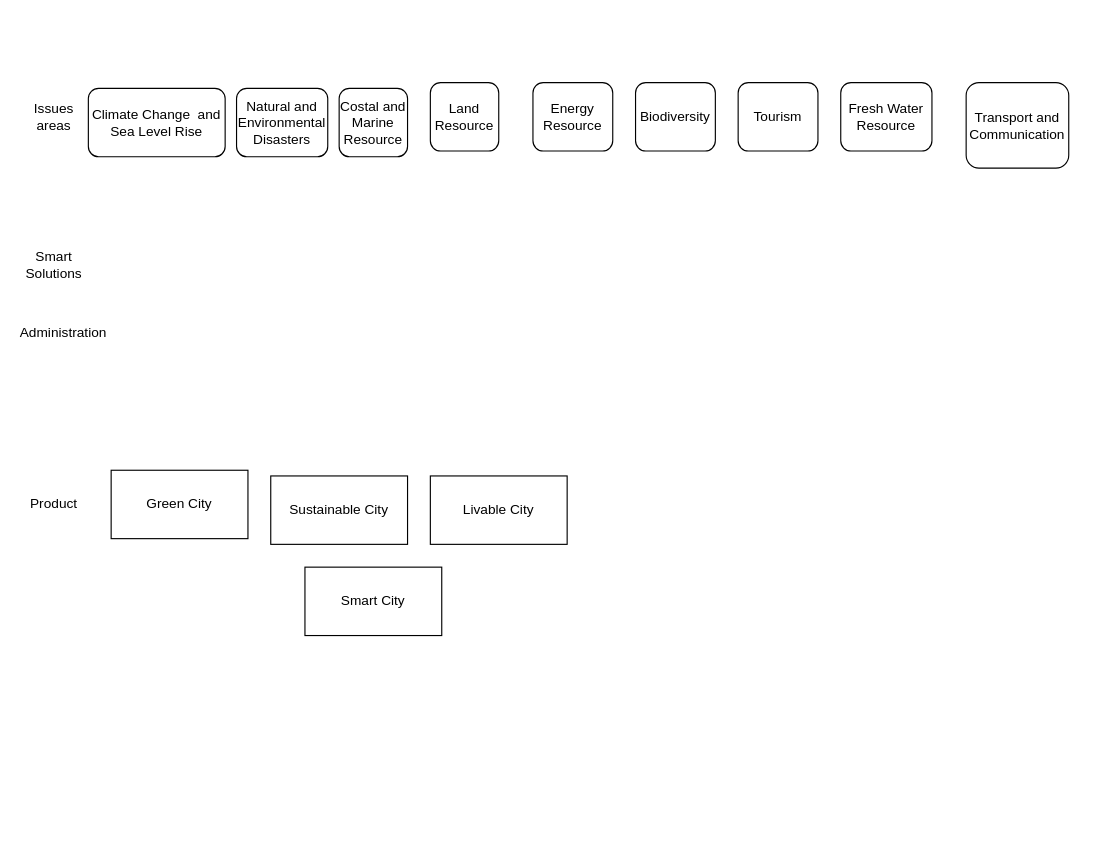
The draw.io diagram page "BarbudaSmart" (2 of 2) of SystemReasoningOverview.drawio in Kibolabs/Diagrams, before the edit. Source tidied: cells renumbered, new cells numbered last; positions are measured from the earlier drawing's top-left corner, leaving out a move shared by most shapes. Both pictures are drawn from the tidied source at 114%, with x=0, y=0 at pixel (19, 82). Pictures stored in the file or linked from it are replaced by grey dashed boxes.
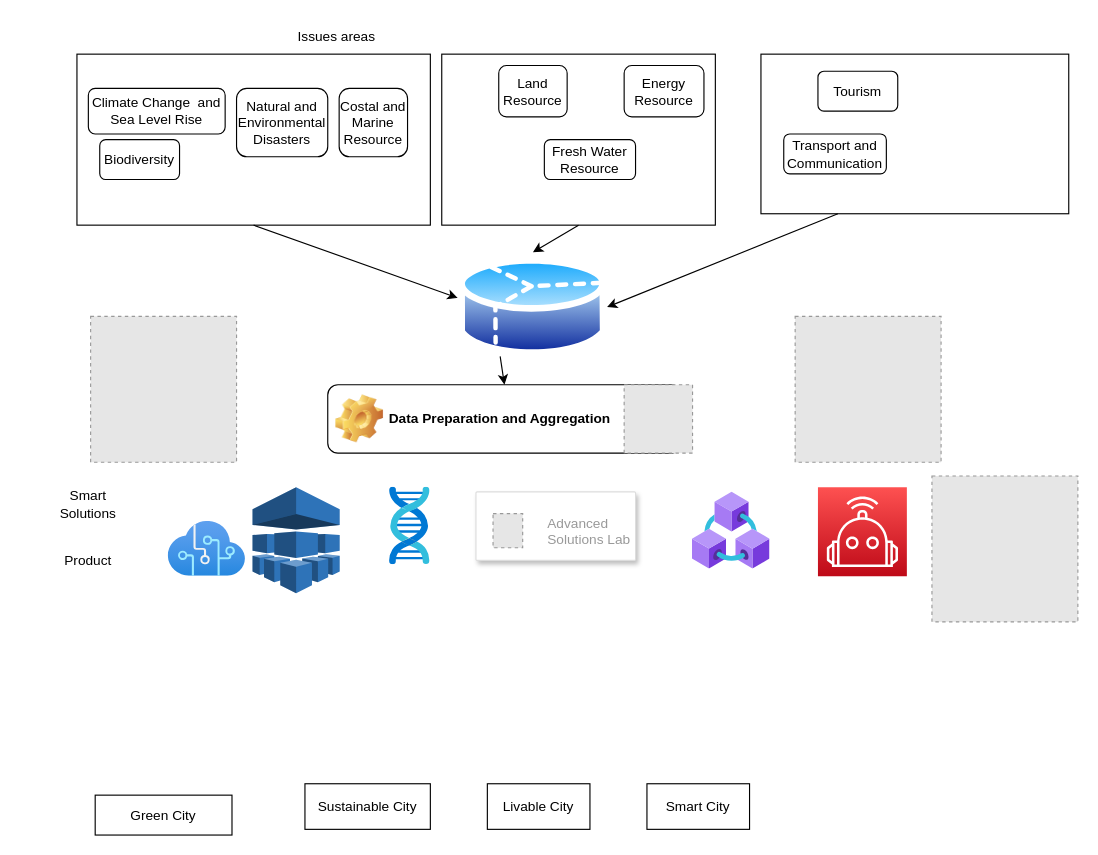
Above is the later version.

Change to the diagram source:
```diff
@@
+    <mxCell id="19" style="rounded=0;whiteSpace=wrap;html=1;" parent="1" vertex="1">
+      <mxGeometry x="50" y="-25" width="310" height="150" as="geometry" />
+    </mxCell>
+    <mxCell id="20" style="rounded=0;whiteSpace=wrap;html=1;" parent="1" vertex="1">
+      <mxGeometry x="370" y="-25" width="240" height="150" as="geometry" />
+    </mxCell>
+    <mxCell id="21" style="rounded=0;whiteSpace=wrap;html=1;" parent="1" vertex="1">
+      <mxGeometry x="650" y="-25" width="270" height="140" as="geometry" />
+    </mxCell>
     <mxCell id="2" value="Climate Change &amp;nbsp;and Sea Level Rise" style="rounded=1;whiteSpace=wrap;html=1;" parent="1" vertex="1">
-      <mxGeometry x="60" y="5" width="120" height="60" as="geometry" />
+      <mxGeometry x="60" y="5" width="120" height="40" as="geometry" />
     </mxCell>
@@
     <mxCell id="4" value="Issues areas" style="text;html=1;strokeColor=none;fillColor=none;align=center;verticalAlign=middle;whiteSpace=wrap;rounded=0;" parent="1" vertex="1">
-      <mxGeometry y="15" width="60" height="30" as="geometry" />
+      <mxGeometry x="96" y="-55" width="364" height="30" as="geometry" />
     </mxCell>
     <mxCell id="5" value="Smart Solutions" style="text;html=1;strokeColor=none;fillColor=none;align=center;verticalAlign=middle;whiteSpace=wrap;rounded=0;" parent="1" vertex="1">
-      <mxGeometry y="145" width="60" height="30" as="geometry" />
+      <mxGeometry x="30" y="355" width="60" height="30" as="geometry" />
     </mxCell>
     <mxCell id="6" value="Product" style="text;html=1;strokeColor=none;fillColor=none;align=center;verticalAlign=middle;whiteSpace=wrap;rounded=0;" parent="1" vertex="1">
-      <mxGeometry y="355" width="60" height="30" as="geometry" />
+      <mxGeometry x="30" y="405" width="60" height="30" as="geometry" />
     </mxCell>
     <mxCell id="7" value="Green City" style="rounded=0;whiteSpace=wrap;html=1;" parent="1" vertex="1">
-      <mxGeometry x="80" y="340" width="120" height="60" as="geometry" />
+      <mxGeometry x="66" y="625" width="120" height="35" as="geometry" />
     </mxCell>
     <mxCell id="8" value="Sustainable City" style="rounded=0;whiteSpace=wrap;html=1;" parent="1" vertex="1">
-      <mxGeometry x="220" y="345" width="120" height="60" as="geometry" />
+      <mxGeometry x="250" y="615" width="110" height="40" as="geometry" />
     </mxCell>
     <mxCell id="9" value="Livable City" style="rounded=0;whiteSpace=wrap;html=1;" parent="1" vertex="1">
-      <mxGeometry x="360" y="345" width="120" height="60" as="geometry" />
+      <mxGeometry x="410" y="615" width="90" height="40" as="geometry" />
     </mxCell>
     <mxCell id="10" value="Smart City" style="rounded=0;whiteSpace=wrap;html=1;" parent="1" vertex="1">
-      <mxGeometry x="250" y="425" width="120" height="60" as="geometry" />
+      <mxGeometry x="550" y="615" width="90" height="40" as="geometry" />
     </mxCell>
@@
     <mxCell id="12" value="Land Resource" style="rounded=1;whiteSpace=wrap;html=1;" parent="1" vertex="1">
-      <mxGeometry x="360" width="60" height="60" as="geometry" />
+      <mxGeometry x="420" y="-15" width="60" height="45" as="geometry" />
     </mxCell>
     <mxCell id="13" value="Energy Resource" style="rounded=1;whiteSpace=wrap;html=1;" parent="1" vertex="1">
-      <mxGeometry x="450" width="70" height="60" as="geometry" />
+      <mxGeometry x="530" y="-15" width="70" height="45" as="geometry" />
     </mxCell>
     <mxCell id="14" value="Biodiversity" style="rounded=1;whiteSpace=wrap;html=1;" parent="1" vertex="1">
-      <mxGeometry x="540" width="70" height="60" as="geometry" />
+      <mxGeometry x="70" y="50" width="70" height="35" as="geometry" />
     </mxCell>
     <mxCell id="15" value="Tourism" style="rounded=1;whiteSpace=wrap;html=1;" parent="1" vertex="1">
-      <mxGeometry x="630" width="70" height="60" as="geometry" />
+      <mxGeometry x="700" y="-10" width="70" height="35" as="geometry" />
     </mxCell>
     <mxCell id="16" value="Fresh Water Resource" style="rounded=1;whiteSpace=wrap;html=1;" parent="1" vertex="1">
-      <mxGeometry x="720" width="80" height="60" as="geometry" />
+      <mxGeometry x="460" y="50" width="80" height="35" as="geometry" />
     </mxCell>
     <mxCell id="17" value="Transport and Communication" style="rounded=1;whiteSpace=wrap;html=1;" parent="1" vertex="1">
-      <mxGeometry x="830" width="90" height="75" as="geometry" />
+      <mxGeometry x="670" y="45" width="90" height="35" as="geometry" />
     </mxCell>
-    <mxCell id="18" value="Administration&amp;nbsp;" style="text;html=1;strokeColor=none;fillColor=none;align=center;verticalAlign=middle;whiteSpace=wrap;rounded=0;" parent="1" vertex="1">
-      <mxGeometry x="10" y="205" width="60" height="30" as="geometry" />
-    </mxCell>
+    <mxCell id="22" style="perimeter=ellipsePerimeter;html=1;align=center;shadow=0;dashed=0;spacingTop=3;image;image=img/lib/active_directory/database_partition_3.svg;" parent="1" vertex="1">
+      <mxGeometry x="385" y="148.8" width="130" height="96.2" as="geometry" />
+    </mxCell>
+    <mxCell id="23" style="endArrow=classic;html=1;rounded=0;exitX=0.5;exitY=1;exitDx=0;exitDy=0;entryX=-0.008;entryY=0.416;entryDx=0;entryDy=0;entryPerimeter=0;" parent="1" edge="1" source="19" target="22">
+      <mxGeometry relative="1" as="geometry" />
+    </mxCell>
+    <mxCell id="24" style="endArrow=classic;html=1;rounded=0;exitX=0.5;exitY=1;exitDx=0;exitDy=0;entryX=0.5;entryY=0;entryDx=0;entryDy=0;" parent="1" edge="1" source="20" target="22">
+      <mxGeometry relative="1" as="geometry" />
+    </mxCell>
+    <mxCell id="25" style="endArrow=classic;html=1;rounded=0;exitX=0.25;exitY=1;exitDx=0;exitDy=0;entryX=1;entryY=0.5;entryDx=0;entryDy=0;" parent="1" edge="1" source="21" target="22">
+      <mxGeometry relative="1" as="geometry" />
+    </mxCell>
+    <mxCell id="26" value="Data Preparation and Aggregation" style="label;whiteSpace=wrap;html=1;image=img/clipart/Gear_128x128.png;" parent="1" vertex="1">
+      <mxGeometry x="270" y="265" width="310" height="60" as="geometry" />
+    </mxCell>
+    <mxCell id="27" style="endArrow=classic;html=1;rounded=0;exitX=0.25;exitY=1;exitDx=0;exitDy=0;entryX=0.5;entryY=0;entryDx=0;entryDy=0;" parent="1" edge="1" source="22" target="26">
+      <mxGeometry relative="1" as="geometry" />
+    </mxCell>
+    <mxCell id="28" style="html=1;align=center;image;fontSize=12;image=img/lib/azure2/ai_machine_learning/Cognitive_Services.svg;" parent="1" vertex="1">
+      <mxGeometry x="130" y="385" width="68" height="48" as="geometry" />
+    </mxCell>
+    <mxCell id="29" style="html=1;align=center;image;fontSize=12;image=img/lib/azure2/ai_machine_learning/Genomics.svg;" parent="1" vertex="1">
+      <mxGeometry x="324" y="355" width="36" height="68" as="geometry" />
+    </mxCell>
+    <mxCell id="30" style="dashed=0;verticalLabelPosition=bottom;verticalAlign=top;align=center;html=1;shape=mxgraph.aws3.machine_learning;fillColor=#2E73B8;gradientColor=none;" parent="1" vertex="1">
+      <mxGeometry x="204" y="355" width="76.5" height="93" as="geometry" />
+    </mxCell>
+    <mxCell id="31" style="strokeColor=#dddddd;shadow=1;strokeWidth=1;rounded=1;absoluteArcSize=1;arcSize=2;" parent="1" vertex="1">
+      <mxGeometry x="400" y="359" width="140" height="60" as="geometry" />
+    </mxCell>
+    <mxCell id="32" value="Advanced&#10;Solutions Lab" style="fillColor=#E6E6E6;strokeColor=#999999;dashed=1;fontColor=#999999;verticalLabelPosition=middle;labelBackgroundColor=#ffffff;verticalAlign=middle;labelPosition=right;align=left;spacingLeft=20;" parent="31" vertex="1">
+      <mxGeometry width="26" height="30" relative="1" as="geometry">
+        <mxPoint x="15" y="19" as="offset" />
+      </mxGeometry>
+    </mxCell>
+    <mxCell id="33" style="html=1;align=center;image;fontSize=12;image=img/lib/azure2/blockchain/Azure_Blockchain_Service.svg;" parent="1" vertex="1">
+      <mxGeometry x="590" y="359" width="68" height="68" as="geometry" />
+    </mxCell>
+    <mxCell id="34" style="fillColor=#E6E6E6;strokeColor=#999999;dashed=1;verticalLabelPosition=bottom;labelBackgroundColor=#ffffff;verticalAlign=top;" parent="1" vertex="1">
+      <mxGeometry x="530" y="265" width="60" height="60" as="geometry" />
+    </mxCell>
+    <mxCell id="35" style="sketch=0;fontColor=#232F3E;gradientColor=#FE5151;gradientDirection=north;fillColor=#BE0917;strokeColor=#ffffff;dashed=0;verticalLabelPosition=bottom;verticalAlign=top;align=center;html=1;fontSize=12;fontStyle=0;shape=mxgraph.aws4.resourceIcon;resIcon=mxgraph.aws4.robotics;" parent="1" vertex="1">
+      <mxGeometry x="700" y="355" width="78" height="78" as="geometry" />
+    </mxCell>
+    <mxCell id="36" style="fillColor=#E6E6E6;strokeColor=#999999;dashed=1;html=1;verticalAlign=top;verticalLabelPosition=bottom;labelBackgroundColor=#ffffff;" parent="1" vertex="1">
+      <mxGeometry x="800" y="345" width="128" height="128" as="geometry" />
+    </mxCell>
+    <mxCell id="37" style="fillColor=#E6E6E6;strokeColor=#999999;dashed=1;html=1;verticalAlign=top;verticalLabelPosition=bottom;labelBackgroundColor=#ffffff;" parent="1" vertex="1">
+      <mxGeometry x="680" y="205" width="128" height="128" as="geometry" />
+    </mxCell>
+    <mxCell id="38" style="fillColor=#E6E6E6;strokeColor=#999999;dashed=1;html=1;verticalAlign=top;verticalLabelPosition=bottom;labelBackgroundColor=#ffffff;" parent="1" vertex="1">
+      <mxGeometry x="62" y="205" width="128" height="128" as="geometry" />
+    </mxCell>
```
